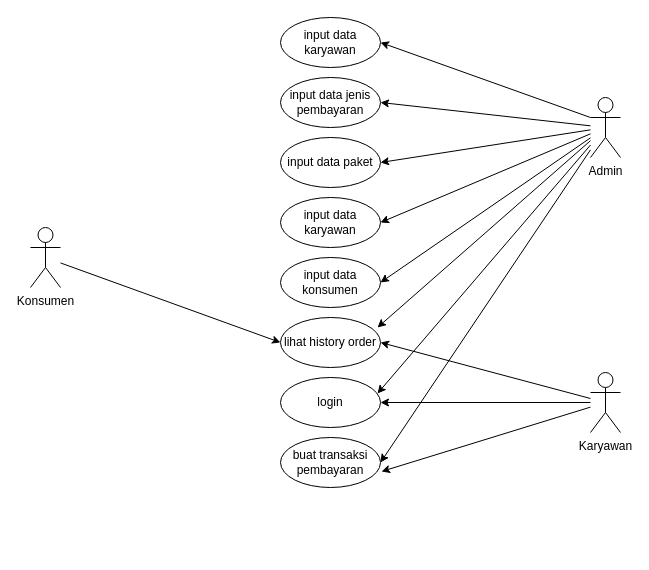
FuadFauzann/Laundry-Ujikom keeps this draw.io diagram as Untitled Diagram.drawio. Above is the earlier version. Source tidied: cells renumbered, new cells numbered last; positions are measured from the earlier drawing's top-left corner, leaving out a move shared by most shapes. Both pictures are drawn from the tidied source at 100%, with x=0, y=0 at pixel (30, 17).
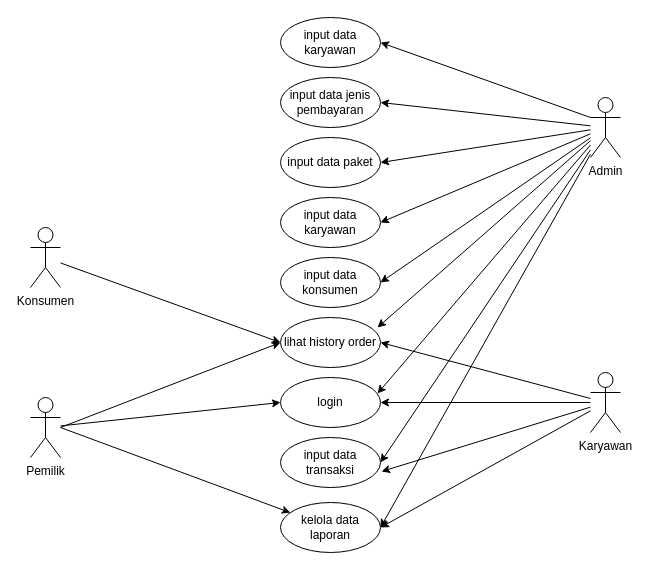
The same diagram, later.

Commit message:
use case

Unchanged cells that the change refers to:
```xml
<mxCell id="2" value="Admin" style="shape=umlActor;verticalLabelPosition=bottom;verticalAlign=top;html=1;outlineConnect=0;" parent="1" vertex="1">
  <mxGeometry x="560" y="80" width="30" height="60" as="geometry" />
</mxCell>
<mxCell id="8" value="lihat history order" style="ellipse;whiteSpace=wrap;html=1;" parent="1" vertex="1">
  <mxGeometry x="250" y="300" width="100" height="50" as="geometry" />
</mxCell>
<mxCell id="9" value="login" style="ellipse;whiteSpace=wrap;html=1;" parent="1" vertex="1">
  <mxGeometry x="250" y="360" width="100" height="50" as="geometry" />
</mxCell>
<mxCell id="21" value="Karyawan" style="shape=umlActor;verticalLabelPosition=bottom;verticalAlign=top;html=1;outlineConnect=0;" parent="1" vertex="1">
  <mxGeometry x="560" y="355" width="30" height="60" as="geometry" />
</mxCell>
```

Diff of the diagram source:
```diff
@@
-    <mxCell id="19" value="buat transaksi pembayaran" style="ellipse;whiteSpace=wrap;html=1;" parent="1" vertex="1">
+    <mxCell id="19" value="input data transaksi" style="ellipse;whiteSpace=wrap;html=1;" parent="1" vertex="1">
       <mxGeometry x="250" y="420" width="100" height="50" as="geometry" />
     </mxCell>
@@
+    <mxCell id="25" value="kelola data laporan" style="ellipse;whiteSpace=wrap;html=1;" parent="1" vertex="1">
+      <mxGeometry x="250" y="485" width="100" height="50" as="geometry" />
+    </mxCell>
+    <mxCell id="26" style="endArrow=classic;html=1;rounded=0;entryX=1;entryY=0.5;entryDx=0;entryDy=0;" parent="1" edge="1" source="2" target="25">
+      <mxGeometry relative="1" as="geometry" />
+    </mxCell>
+    <mxCell id="27" style="endArrow=classic;html=1;rounded=0;entryX=1;entryY=0.5;entryDx=0;entryDy=0;" parent="1" edge="1" source="21" target="25">
+      <mxGeometry relative="1" as="geometry" />
+    </mxCell>
+    <mxCell id="28" value="Pemilik" style="shape=umlActor;verticalLabelPosition=bottom;verticalAlign=top;html=1;outlineConnect=0;" parent="1" vertex="1">
+      <mxGeometry y="380" width="30" height="60" as="geometry" />
+    </mxCell>
+    <mxCell id="29" style="endArrow=classic;html=1;rounded=0;entryX=0;entryY=0.5;entryDx=0;entryDy=0;" parent="1" edge="1" source="28" target="9">
+      <mxGeometry relative="1" as="geometry" />
+    </mxCell>
+    <mxCell id="30" style="endArrow=classic;html=1;rounded=0;entryX=0;entryY=0.5;entryDx=0;entryDy=0;" parent="1" edge="1" target="8">
+      <mxGeometry relative="1" as="geometry">
+        <mxPoint x="30" y="410" as="sourcePoint" />
+      </mxGeometry>
+    </mxCell>
+    <mxCell id="31" style="endArrow=classic;html=1;rounded=0;" parent="1" edge="1" target="25">
+      <mxGeometry relative="1" as="geometry">
+        <mxPoint x="30" y="410" as="sourcePoint" />
+      </mxGeometry>
+    </mxCell>
```
